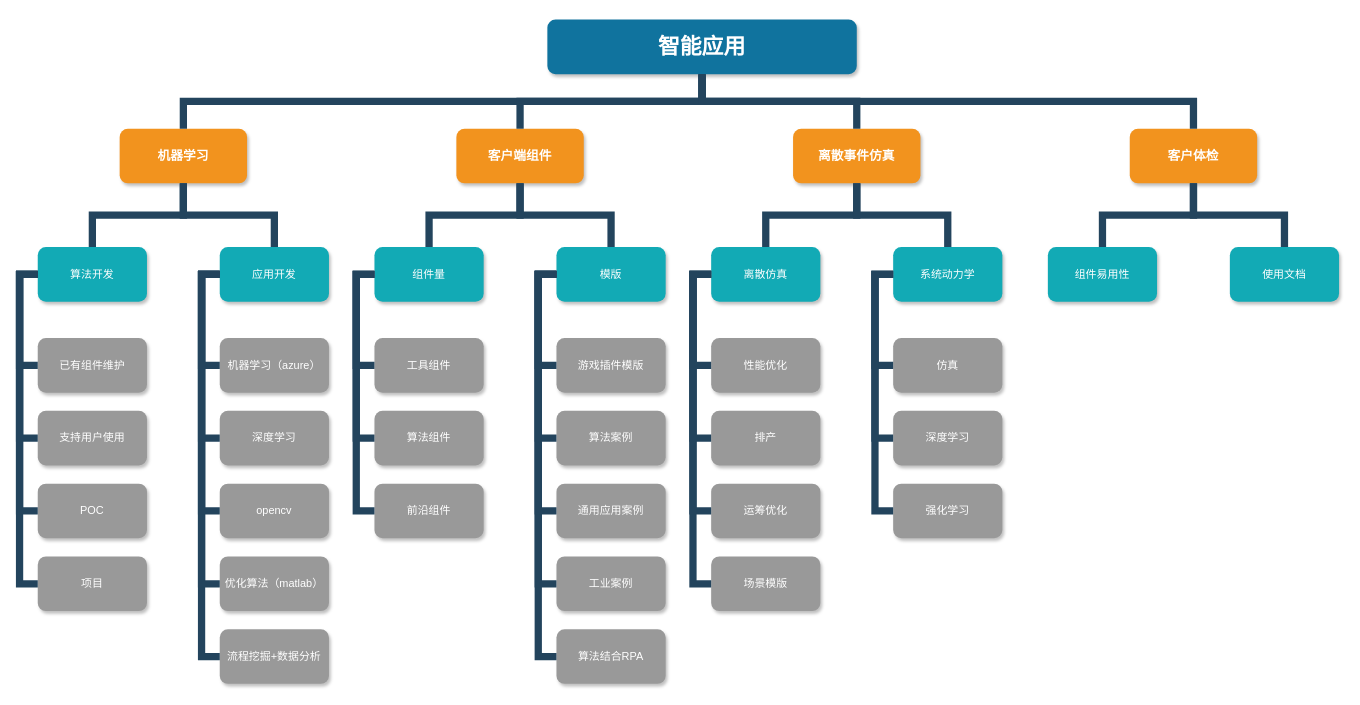
This is video/plan.drawio from yanqinghao/test-project, a draw.io file, before an edit. Source tidied: cells renumbered, new cells numbered last; positions are measured from the earlier drawing's top-left corner, leaving out a move shared by most shapes. Both pictures are drawn from the tidied source at 91%, with x=0, y=0 at pixel (19, 19).
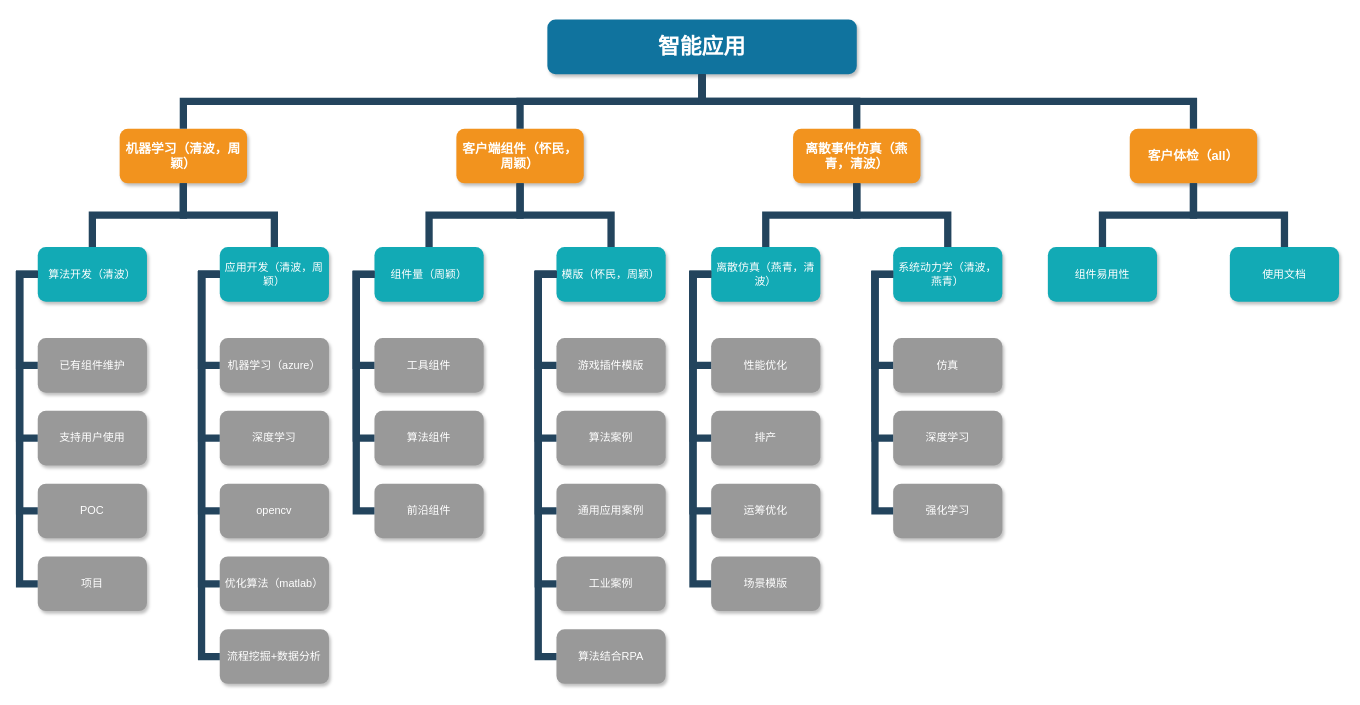
The same page after the edit.

Change to the diagram source:
```diff
@@
-    <mxCell id="3" value="机器学习" style="whiteSpace=wrap;rounded=1;fillColor=#F2931E;strokeColor=none;shadow=1;fontColor=#FFFFFF;fontStyle=1;fontSize=14;" parent="1" vertex="1">
+    <mxCell id="3" value="机器学习（清波，周颖）" style="whiteSpace=wrap;rounded=1;fillColor=#F2931E;strokeColor=none;shadow=1;fontColor=#FFFFFF;fontStyle=1;fontSize=14;" parent="1" vertex="1">
       <mxGeometry x="110" y="120" width="140" height="60" as="geometry" />
     </mxCell>
-    <mxCell id="4" value="客户端组件" style="whiteSpace=wrap;rounded=1;fillColor=#F2931E;strokeColor=none;shadow=1;fontColor=#FFFFFF;fontStyle=1;fontSize=14;" parent="1" vertex="1">
+    <mxCell id="4" value="客户端组件（怀民，周颖）" style="whiteSpace=wrap;rounded=1;fillColor=#F2931E;strokeColor=none;shadow=1;fontColor=#FFFFFF;fontStyle=1;fontSize=14;" parent="1" vertex="1">
       <mxGeometry x="480" y="120" width="140" height="60" as="geometry" />
     </mxCell>
-    <mxCell id="5" value="离散事件仿真" style="whiteSpace=wrap;rounded=1;fillColor=#F2931E;strokeColor=none;shadow=1;fontColor=#FFFFFF;fontStyle=1;fontSize=14;" parent="1" vertex="1">
+    <mxCell id="5" value="离散事件仿真（燕青，清波）" style="whiteSpace=wrap;rounded=1;fillColor=#F2931E;strokeColor=none;shadow=1;fontColor=#FFFFFF;fontStyle=1;fontSize=14;" parent="1" vertex="1">
       <mxGeometry x="850" y="120" width="140" height="60" as="geometry" />
     </mxCell>
-    <mxCell id="6" value="客户体检" style="whiteSpace=wrap;rounded=1;fillColor=#F2931E;strokeColor=none;shadow=1;fontColor=#FFFFFF;fontStyle=1;fontSize=14;" parent="1" vertex="1">
+    <mxCell id="6" value="客户体检（all）" style="whiteSpace=wrap;rounded=1;fillColor=#F2931E;strokeColor=none;shadow=1;fontColor=#FFFFFF;fontStyle=1;fontSize=14;" parent="1" vertex="1">
       <mxGeometry x="1220" y="120" width="140" height="60" as="geometry" />
     </mxCell>
-    <mxCell id="7" value="算法开发" style="whiteSpace=wrap;rounded=1;fillColor=#12AAB5;strokeColor=none;shadow=1;fontColor=#FFFFFF;" parent="1" vertex="1">
+    <mxCell id="7" value="算法开发（清波）" style="whiteSpace=wrap;rounded=1;fillColor=#12AAB5;strokeColor=none;shadow=1;fontColor=#FFFFFF;" parent="1" vertex="1">
       <mxGeometry x="20" y="250" width="120" height="60" as="geometry" />
     </mxCell>
-    <mxCell id="8" value="应用开发" style="whiteSpace=wrap;rounded=1;fillColor=#12AAB5;strokeColor=none;shadow=1;fontColor=#FFFFFF;" parent="1" vertex="1">
+    <mxCell id="8" value="应用开发（清波，周颖）" style="whiteSpace=wrap;rounded=1;fillColor=#12AAB5;strokeColor=none;shadow=1;fontColor=#FFFFFF;" parent="1" vertex="1">
       <mxGeometry x="220" y="250" width="120" height="60" as="geometry" />
     </mxCell>
@@
-    <mxCell id="29" value="组件量" style="whiteSpace=wrap;rounded=1;fillColor=#12AAB5;strokeColor=none;shadow=1;fontColor=#FFFFFF;" parent="1" vertex="1">
+    <mxCell id="29" value="组件量（周颖）" style="whiteSpace=wrap;rounded=1;fillColor=#12AAB5;strokeColor=none;shadow=1;fontColor=#FFFFFF;" parent="1" vertex="1">
       <mxGeometry x="390" y="250" width="120" height="60" as="geometry" />
     </mxCell>
-    <mxCell id="30" value="模版" style="whiteSpace=wrap;rounded=1;fillColor=#12AAB5;strokeColor=none;shadow=1;fontColor=#FFFFFF;" parent="1" vertex="1">
+    <mxCell id="30" value="模版（怀民，周颖）" style="whiteSpace=wrap;rounded=1;fillColor=#12AAB5;strokeColor=none;shadow=1;fontColor=#FFFFFF;" parent="1" vertex="1">
       <mxGeometry x="590" y="250" width="120" height="60" as="geometry" />
     </mxCell>
@@
-    <mxCell id="47" value="离散仿真" style="whiteSpace=wrap;rounded=1;fillColor=#12AAB5;strokeColor=none;shadow=1;fontColor=#FFFFFF;" parent="1" vertex="1">
+    <mxCell id="47" value="离散仿真（燕青，清波）" style="whiteSpace=wrap;rounded=1;fillColor=#12AAB5;strokeColor=none;shadow=1;fontColor=#FFFFFF;" parent="1" vertex="1">
       <mxGeometry x="760" y="250" width="120" height="60" as="geometry" />
     </mxCell>
-    <mxCell id="48" value="系统动力学" style="whiteSpace=wrap;rounded=1;fillColor=#12AAB5;strokeColor=none;shadow=1;fontColor=#FFFFFF;" parent="1" vertex="1">
+    <mxCell id="48" value="系统动力学（清波，燕青）" style="whiteSpace=wrap;rounded=1;fillColor=#12AAB5;strokeColor=none;shadow=1;fontColor=#FFFFFF;" parent="1" vertex="1">
       <mxGeometry x="960" y="250" width="120" height="60" as="geometry" />
     </mxCell>
```
